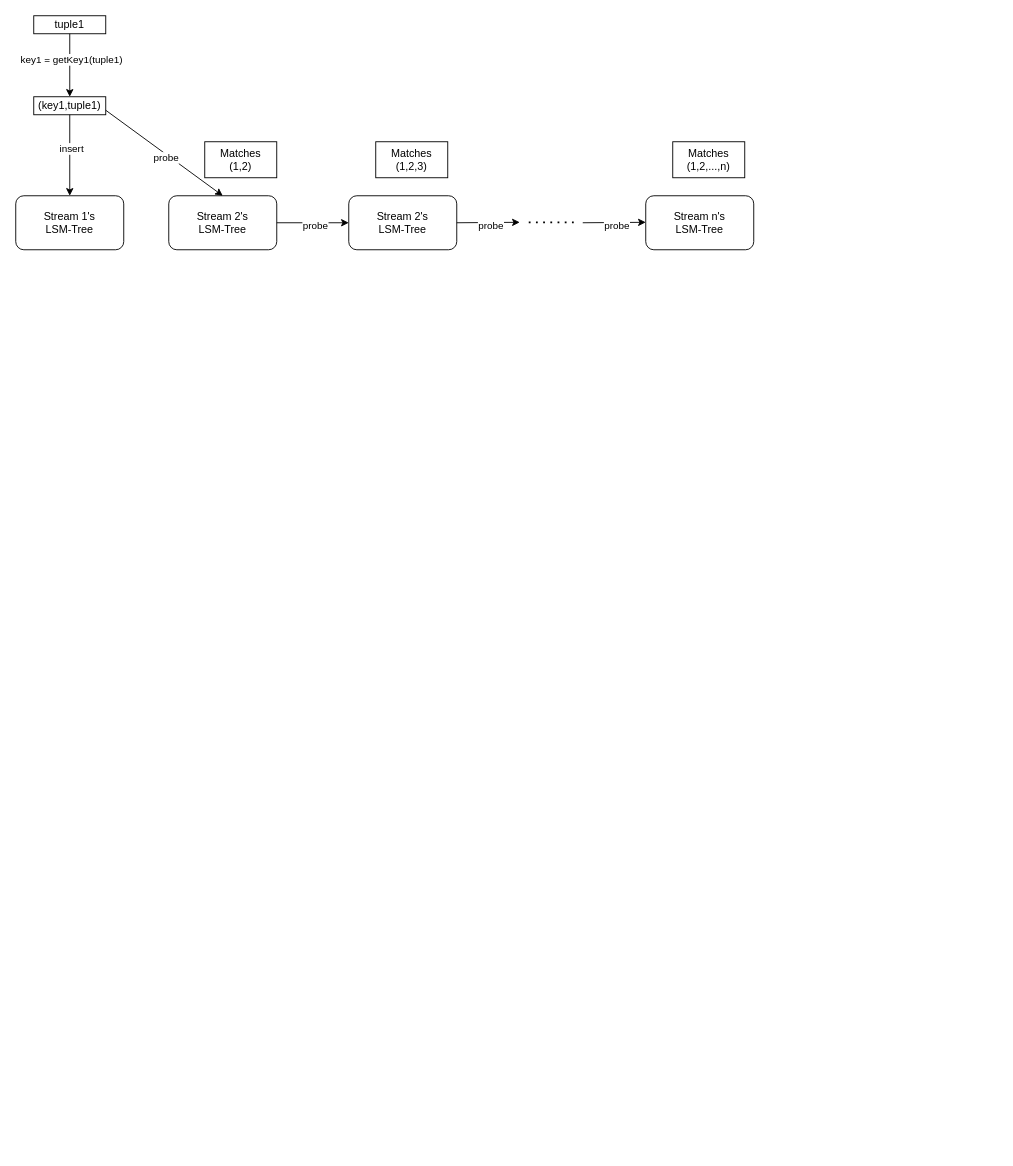
Earlier version of the draw.io diagram mj.drawio (wmsj2000/MJPictures). Source tidied: cells renumbered, new cells numbered last; positions are measured from the earlier drawing's top-left corner, leaving out a move shared by most shapes. Both pictures are drawn from the tidied source at 90%, with x=0, y=0 at pixel (15, 15).
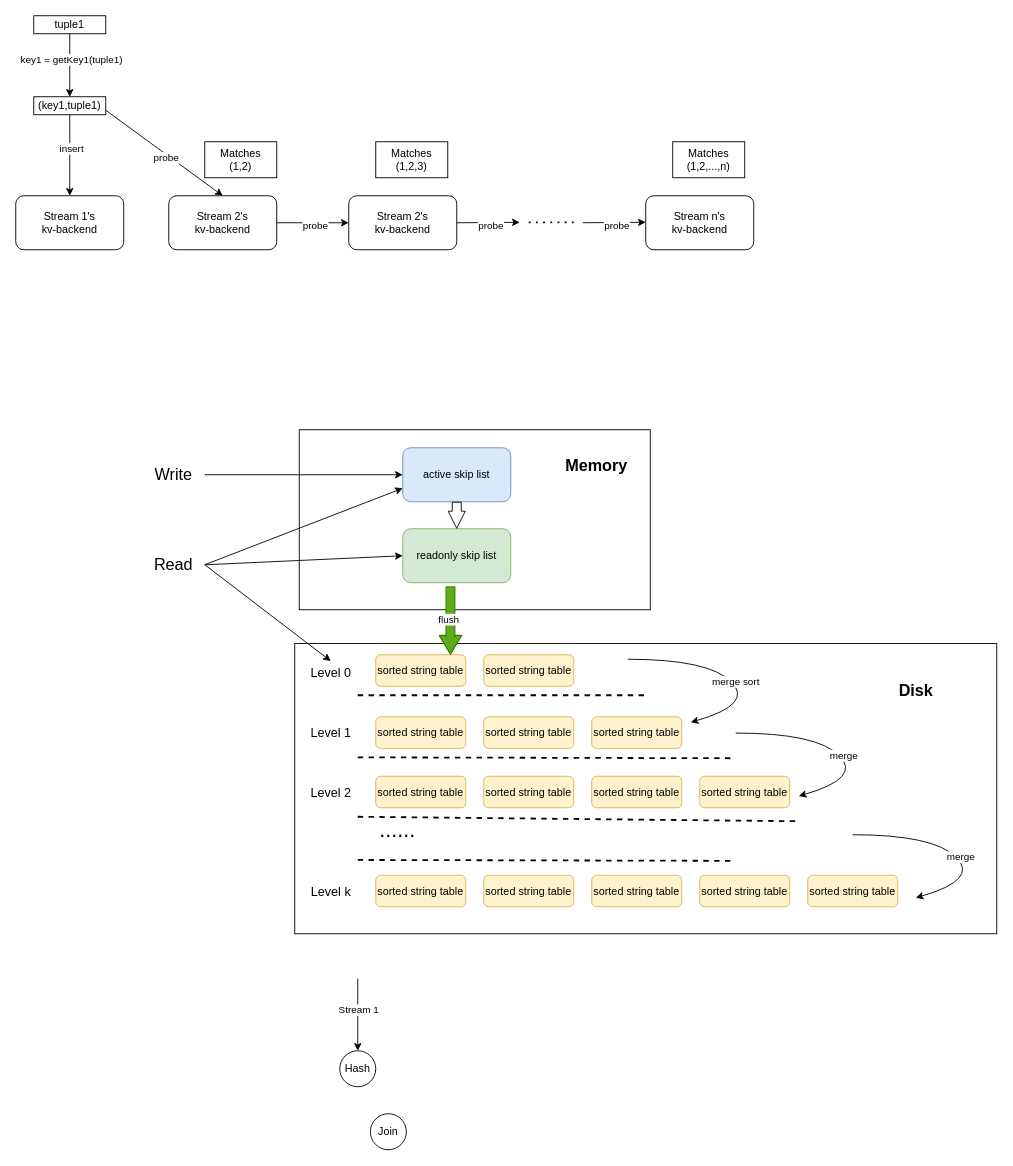
The same diagram, later.

What changed in the source:
```diff
@@
-    <mxCell id="2" value="Stream 1's&lt;br&gt;LSM-Tree" style="rounded=1;whiteSpace=wrap;html=1;" parent="1" vertex="1">
+    <mxCell id="2" value="Stream 1's&lt;br&gt;kv-backend" style="rounded=1;whiteSpace=wrap;html=1;" parent="1" vertex="1">
       <mxGeometry y="200" width="120" height="60" as="geometry" />
     </mxCell>
-    <mxCell id="3" value="Stream 2's&lt;br&gt;LSM-Tree" style="rounded=1;whiteSpace=wrap;html=1;" parent="1" vertex="1">
+    <mxCell id="3" value="Stream 2's&lt;br&gt;kv-backend" style="rounded=1;whiteSpace=wrap;html=1;" parent="1" vertex="1">
       <mxGeometry x="170" y="200" width="120" height="60" as="geometry" />
     </mxCell>
-    <mxCell id="4" value="Stream 2's&lt;br&gt;LSM-Tree" style="rounded=1;whiteSpace=wrap;html=1;" parent="1" vertex="1">
+    <mxCell id="4" value="Stream 2's&lt;br&gt;kv-backend" style="rounded=1;whiteSpace=wrap;html=1;" parent="1" vertex="1">
       <mxGeometry x="370" y="200" width="120" height="60" as="geometry" />
     </mxCell>
-    <mxCell id="5" value="Stream n's&lt;br&gt;LSM-Tree" style="rounded=1;whiteSpace=wrap;html=1;" parent="1" vertex="1">
+    <mxCell id="5" value="Stream n's&lt;br&gt;kv-backend" style="rounded=1;whiteSpace=wrap;html=1;" parent="1" vertex="1">
       <mxGeometry x="700" y="200" width="120" height="60" as="geometry" />
     </mxCell>
@@
+    <mxCell id="24" style="rounded=0;whiteSpace=wrap;html=1;" parent="1" vertex="1">
+      <mxGeometry x="315" y="460" width="390" height="200" as="geometry" />
+    </mxCell>
+    <mxCell id="25" value="active skip list" style="rounded=1;whiteSpace=wrap;html=1;fillColor=#dae8fc;strokeColor=#6c8ebf;" parent="1" vertex="1">
+      <mxGeometry x="430" y="480" width="120" height="60" as="geometry" />
+    </mxCell>
+    <mxCell id="26" value="readonly skip list" style="rounded=1;whiteSpace=wrap;html=1;fillColor=#d5e8d4;strokeColor=#82b366;" parent="1" vertex="1">
+      <mxGeometry x="430" y="570" width="120" height="60" as="geometry" />
+    </mxCell>
+    <mxCell id="27" value="&lt;font style=&quot;font-size: 18px;&quot;&gt;&lt;b&gt;Memory&lt;/b&gt;&lt;/font&gt;" style="text;html=1;align=center;verticalAlign=middle;strokeColor=none;fillColor=none;" parent="1" vertex="1">
+      <mxGeometry x="600" y="480" width="90" height="40" as="geometry" />
+    </mxCell>
+    <mxCell id="28" style="rounded=0;whiteSpace=wrap;html=1;" parent="1" vertex="1">
+      <mxGeometry x="310" y="697.5" width="780" height="322.5" as="geometry" />
+    </mxCell>
+    <mxCell id="29" value="sorted string table" style="rounded=1;whiteSpace=wrap;html=1;fillColor=#fff2cc;strokeColor=#d6b656;" parent="1" vertex="1">
+      <mxGeometry x="400" y="710" width="100" height="35" as="geometry" />
+    </mxCell>
+    <mxCell id="30" value="&lt;font style=&quot;font-size: 18px;&quot;&gt;&lt;b&gt;Disk&lt;/b&gt;&lt;/font&gt;" style="text;html=1;align=center;verticalAlign=middle;strokeColor=none;fillColor=none;" parent="1" vertex="1">
+      <mxGeometry x="970" y="730" width="60" height="40" as="geometry" />
+    </mxCell>
+    <mxCell id="31" value="sorted string table" style="rounded=1;whiteSpace=wrap;html=1;fillColor=#fff2cc;strokeColor=#d6b656;" parent="1" vertex="1">
+      <mxGeometry x="520" y="710" width="100" height="35" as="geometry" />
+    </mxCell>
+    <mxCell id="32" style="endArrow=none;dashed=1;html=1;rounded=1;strokeWidth=2;" parent="1" edge="1">
+      <mxGeometry relative="1" as="geometry">
+        <mxPoint x="380" y="755" as="sourcePoint" />
+        <mxPoint x="700" y="755" as="targetPoint" />
+      </mxGeometry>
+    </mxCell>
+    <mxCell id="33" value="sorted string table" style="rounded=1;whiteSpace=wrap;html=1;fillColor=#fff2cc;strokeColor=#d6b656;" parent="1" vertex="1">
+      <mxGeometry x="400" y="779" width="100" height="35" as="geometry" />
+    </mxCell>
+    <mxCell id="34" value="sorted string table" style="rounded=1;whiteSpace=wrap;html=1;fillColor=#fff2cc;strokeColor=#d6b656;" parent="1" vertex="1">
+      <mxGeometry x="520" y="779" width="100" height="35" as="geometry" />
+    </mxCell>
+    <mxCell id="35" style="endArrow=none;dashed=1;html=1;rounded=1;strokeWidth=2;" parent="1" edge="1">
+      <mxGeometry relative="1" as="geometry">
+        <mxPoint x="380" y="824" as="sourcePoint" />
+        <mxPoint x="800" y="825" as="targetPoint" />
+      </mxGeometry>
+    </mxCell>
+    <mxCell id="36" value="sorted string table" style="rounded=1;whiteSpace=wrap;html=1;fillColor=#fff2cc;strokeColor=#d6b656;" parent="1" vertex="1">
+      <mxGeometry x="640" y="779" width="100" height="35" as="geometry" />
+    </mxCell>
+    <mxCell id="37" value="sorted string table" style="rounded=1;whiteSpace=wrap;html=1;fillColor=#fff2cc;strokeColor=#d6b656;" parent="1" vertex="1">
+      <mxGeometry x="400" y="845" width="100" height="35" as="geometry" />
+    </mxCell>
+    <mxCell id="38" value="sorted string table" style="rounded=1;whiteSpace=wrap;html=1;fillColor=#fff2cc;strokeColor=#d6b656;" parent="1" vertex="1">
+      <mxGeometry x="520" y="845" width="100" height="35" as="geometry" />
+    </mxCell>
+    <mxCell id="39" style="endArrow=none;dashed=1;html=1;rounded=1;strokeWidth=2;" parent="1" edge="1">
+      <mxGeometry relative="1" as="geometry">
+        <mxPoint x="380" y="890" as="sourcePoint" />
+        <mxPoint x="870" y="895" as="targetPoint" />
+      </mxGeometry>
+    </mxCell>
+    <mxCell id="40" style="endArrow=none;dashed=1;html=1;rounded=1;strokeWidth=2;" parent="1" edge="1">
+      <mxGeometry relative="1" as="geometry">
+        <mxPoint x="380" y="938" as="sourcePoint" />
+        <mxPoint x="800" y="939" as="targetPoint" />
+      </mxGeometry>
+    </mxCell>
+    <mxCell id="41" value="sorted string table" style="rounded=1;whiteSpace=wrap;html=1;fillColor=#fff2cc;strokeColor=#d6b656;" parent="1" vertex="1">
+      <mxGeometry x="640" y="845" width="100" height="35" as="geometry" />
+    </mxCell>
+    <mxCell id="42" value="sorted string table" style="rounded=1;whiteSpace=wrap;html=1;fillColor=#fff2cc;strokeColor=#d6b656;" parent="1" vertex="1">
+      <mxGeometry x="760" y="845" width="100" height="35" as="geometry" />
+    </mxCell>
+    <mxCell id="43" value="&lt;font style=&quot;font-size: 24px;&quot;&gt;......&lt;/font&gt;" style="text;html=1;align=center;verticalAlign=middle;strokeColor=none;fillColor=none;" parent="1" vertex="1">
+      <mxGeometry x="394" y="885" width="60" height="40" as="geometry" />
+    </mxCell>
+    <mxCell id="44" value="sorted string table" style="rounded=1;whiteSpace=wrap;html=1;fillColor=#fff2cc;strokeColor=#d6b656;" parent="1" vertex="1">
+      <mxGeometry x="400" y="955" width="100" height="35" as="geometry" />
+    </mxCell>
+    <mxCell id="45" value="sorted string table" style="rounded=1;whiteSpace=wrap;html=1;fillColor=#fff2cc;strokeColor=#d6b656;" parent="1" vertex="1">
+      <mxGeometry x="520" y="955" width="100" height="35" as="geometry" />
+    </mxCell>
+    <mxCell id="46" value="sorted string table" style="rounded=1;whiteSpace=wrap;html=1;fillColor=#fff2cc;strokeColor=#d6b656;" parent="1" vertex="1">
+      <mxGeometry x="640" y="955" width="100" height="35" as="geometry" />
+    </mxCell>
+    <mxCell id="47" value="sorted string table" style="rounded=1;whiteSpace=wrap;html=1;fillColor=#fff2cc;strokeColor=#d6b656;" parent="1" vertex="1">
+      <mxGeometry x="760" y="955" width="100" height="35" as="geometry" />
+    </mxCell>
+    <mxCell id="48" value="sorted string table" style="rounded=1;whiteSpace=wrap;html=1;fillColor=#fff2cc;strokeColor=#d6b656;" parent="1" vertex="1">
+      <mxGeometry x="880" y="955" width="100" height="35" as="geometry" />
+    </mxCell>
+    <mxCell id="49" value="&lt;font style=&quot;font-size: 14px;&quot;&gt;Level 0&lt;/font&gt;" style="text;html=1;align=center;verticalAlign=middle;points=[];strokeColor=none;fillColor=none;" parent="1" vertex="1">
+      <mxGeometry x="315" y="715" width="70" height="30" as="geometry" />
+    </mxCell>
+    <mxCell id="50" style="shape=flexArrow;endArrow=classic;html=1;rounded=0;exitX=0.442;exitY=1.067;exitDx=0;exitDy=0;exitPerimeter=0;fillColor=#60a917;strokeColor=#2D7600;endWidth=14;endSize=6.67;" parent="1" edge="1" source="26">
+      <mxGeometry relative="1" as="geometry">
+        <mxPoint x="483" y="710" as="targetPoint" />
+        <Array as="points">
+          <mxPoint x="483" y="650" />
+          <mxPoint x="483" y="690" />
+        </Array>
+      </mxGeometry>
+    </mxCell>
+    <mxCell id="51" value="flush" style="edgeLabel;html=1;align=center;verticalAlign=middle;" parent="50" vertex="1">
+      <mxGeometry x="-0.37" y="-2" relative="1" as="geometry">
+        <mxPoint x="-1" y="12" as="offset" />
+      </mxGeometry>
+    </mxCell>
+    <mxCell id="52" value="&lt;font style=&quot;font-size: 14px;&quot;&gt;Level 1&lt;/font&gt;" style="text;html=1;align=center;verticalAlign=middle;strokeColor=none;fillColor=none;" parent="1" vertex="1">
+      <mxGeometry x="315" y="781.5" width="70" height="30" as="geometry" />
+    </mxCell>
+    <mxCell id="53" value="&lt;font style=&quot;font-size: 14px;&quot;&gt;Level 2&lt;/font&gt;" style="text;html=1;align=center;verticalAlign=middle;strokeColor=none;fillColor=none;" parent="1" vertex="1">
+      <mxGeometry x="315" y="847.5" width="70" height="30" as="geometry" />
+    </mxCell>
+    <mxCell id="54" value="&lt;font style=&quot;font-size: 14px;&quot;&gt;Level k&lt;/font&gt;" style="text;html=1;align=center;verticalAlign=middle;strokeColor=none;fillColor=none;" parent="1" vertex="1">
+      <mxGeometry x="315" y="957.5" width="70" height="30" as="geometry" />
+    </mxCell>
+    <mxCell id="55" style="endArrow=classic;html=1;curved=1;strokeColor=default;" parent="1" edge="1">
+      <mxGeometry relative="1" as="geometry">
+        <mxPoint x="680" y="715" as="sourcePoint" />
+        <mxPoint x="750" y="785" as="targetPoint" />
+        <Array as="points">
+          <mxPoint x="770" y="715" />
+          <mxPoint x="820" y="765" />
+        </Array>
+      </mxGeometry>
+    </mxCell>
+    <mxCell id="56" value="merge sort" style="edgeLabel;html=1;align=center;verticalAlign=middle;" parent="55" vertex="1">
+      <mxGeometry x="0.1" y="4" relative="1" as="geometry" />
+    </mxCell>
+    <mxCell id="57" style="endArrow=classic;html=1;curved=1;strokeColor=default;" parent="1" edge="1">
+      <mxGeometry relative="1" as="geometry">
+        <mxPoint x="800" y="797" as="sourcePoint" />
+        <mxPoint x="870" y="867" as="targetPoint" />
+        <Array as="points">
+          <mxPoint x="890" y="797" />
+          <mxPoint x="940" y="847" />
+        </Array>
+      </mxGeometry>
+    </mxCell>
+    <mxCell id="58" value="merge" style="edgeLabel;html=1;align=center;verticalAlign=middle;" parent="57" vertex="1">
+      <mxGeometry x="0.1" y="4" relative="1" as="geometry" />
+    </mxCell>
+    <mxCell id="59" style="endArrow=classic;html=1;curved=1;strokeColor=default;" parent="1" edge="1">
+      <mxGeometry relative="1" as="geometry">
+        <mxPoint x="930" y="910" as="sourcePoint" />
+        <mxPoint x="1000" y="980" as="targetPoint" />
+        <Array as="points">
+          <mxPoint x="1020" y="910" />
+          <mxPoint x="1070" y="960" />
+        </Array>
+      </mxGeometry>
+    </mxCell>
+    <mxCell id="60" value="merge" style="edgeLabel;html=1;align=center;verticalAlign=middle;" parent="59" vertex="1">
+      <mxGeometry x="0.1" y="4" relative="1" as="geometry" />
+    </mxCell>
+    <mxCell id="61" style="edgeStyle=orthogonalEdgeStyle;rounded=0;jettySize=auto;html=1;" parent="1" edge="1" source="62" target="25">
+      <mxGeometry relative="1" as="geometry" />
+    </mxCell>
+    <mxCell id="62" value="&lt;font style=&quot;font-size: 18px;&quot;&gt;Write&lt;/font&gt;" style="text;html=1;align=center;verticalAlign=middle;points=[];strokeColor=none;fillColor=none;" parent="1" vertex="1">
+      <mxGeometry x="140" y="490" width="70" height="40" as="geometry" />
+    </mxCell>
+    <mxCell id="63" value="&lt;font style=&quot;font-size: 18px;&quot;&gt;Read&lt;/font&gt;" style="text;html=1;align=center;verticalAlign=middle;points=[];strokeColor=none;fillColor=none;" parent="1" vertex="1">
+      <mxGeometry x="140" y="590" width="70" height="40" as="geometry" />
+    </mxCell>
+    <mxCell id="64" style="shape=flexArrow;endArrow=classic;html=1;rounded=0;entryX=0.5;entryY=0;entryDx=0;entryDy=0;exitX=0.5;exitY=1;exitDx=0;exitDy=0;endWidth=8;endSize=6;" parent="1" edge="1" source="25" target="26">
+      <mxGeometry relative="1" as="geometry" />
+    </mxCell>
+    <mxCell id="65" style="endArrow=classic;html=1;rounded=0;entryX=0;entryY=0.5;entryDx=0;entryDy=0;exitX=1.014;exitY=0.5;exitDx=0;exitDy=0;exitPerimeter=0;" parent="1" edge="1" source="63" target="26">
+      <mxGeometry relative="1" as="geometry" />
+    </mxCell>
+    <mxCell id="66" style="endArrow=classic;html=1;rounded=0;entryX=0;entryY=0.75;entryDx=0;entryDy=0;" parent="1" edge="1" target="25">
+      <mxGeometry relative="1" as="geometry">
+        <mxPoint x="210" y="610" as="sourcePoint" />
+      </mxGeometry>
+    </mxCell>
+    <mxCell id="67" style="endArrow=classic;html=1;rounded=0;entryX=0.5;entryY=0.067;entryDx=0;entryDy=0;entryPerimeter=0;" parent="1" edge="1" target="49">
+      <mxGeometry relative="1" as="geometry">
+        <mxPoint x="210" y="610" as="sourcePoint" />
+      </mxGeometry>
+    </mxCell>
+    <mxCell id="68" value="Join" style="ellipse;whiteSpace=wrap;html=1;" parent="1" vertex="1">
+      <mxGeometry x="394" y="1220" width="40" height="40" as="geometry" />
+    </mxCell>
+    <mxCell id="69" value="Hash" style="ellipse;whiteSpace=wrap;html=1;" parent="1" vertex="1">
+      <mxGeometry x="360" y="1150" width="40" height="40" as="geometry" />
+    </mxCell>
+    <mxCell id="70" style="endArrow=classic;html=1;rounded=0;entryX=0.5;entryY=0;entryDx=0;entryDy=0;" parent="1" edge="1" target="69">
+      <mxGeometry relative="1" as="geometry">
+        <mxPoint x="380" y="1070" as="sourcePoint" />
+      </mxGeometry>
+    </mxCell>
+    <mxCell id="71" value="Stream 1" style="edgeLabel;html=1;align=center;verticalAlign=middle;" parent="70" vertex="1">
+      <mxGeometry x="-0.16" relative="1" as="geometry" />
+    </mxCell>
```
